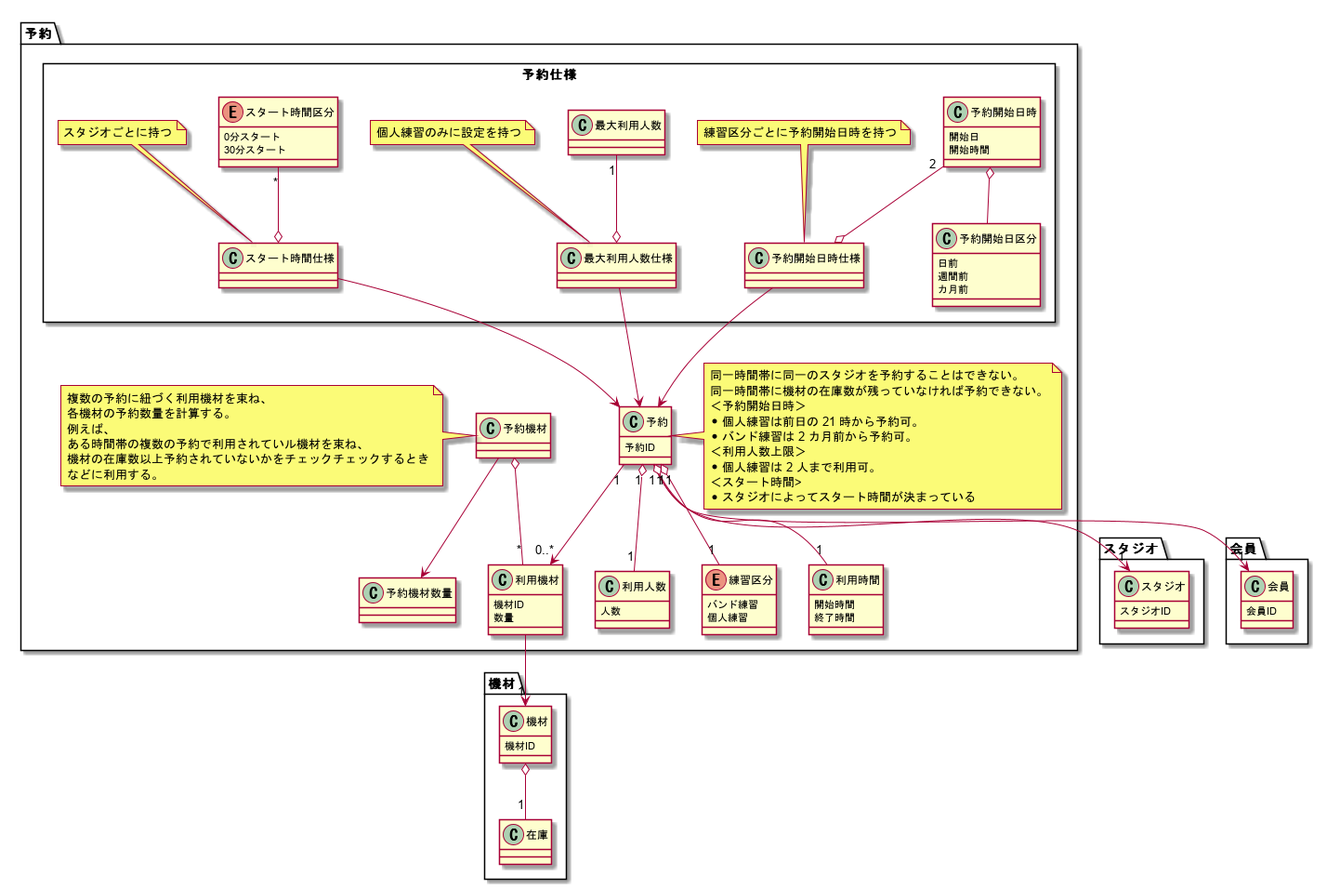
The PlantUML diagram modeling/07_DomainModel_予約/DomainModel.png in TakashiOnawa/ddd-practice-studio-reservation, before a commit.
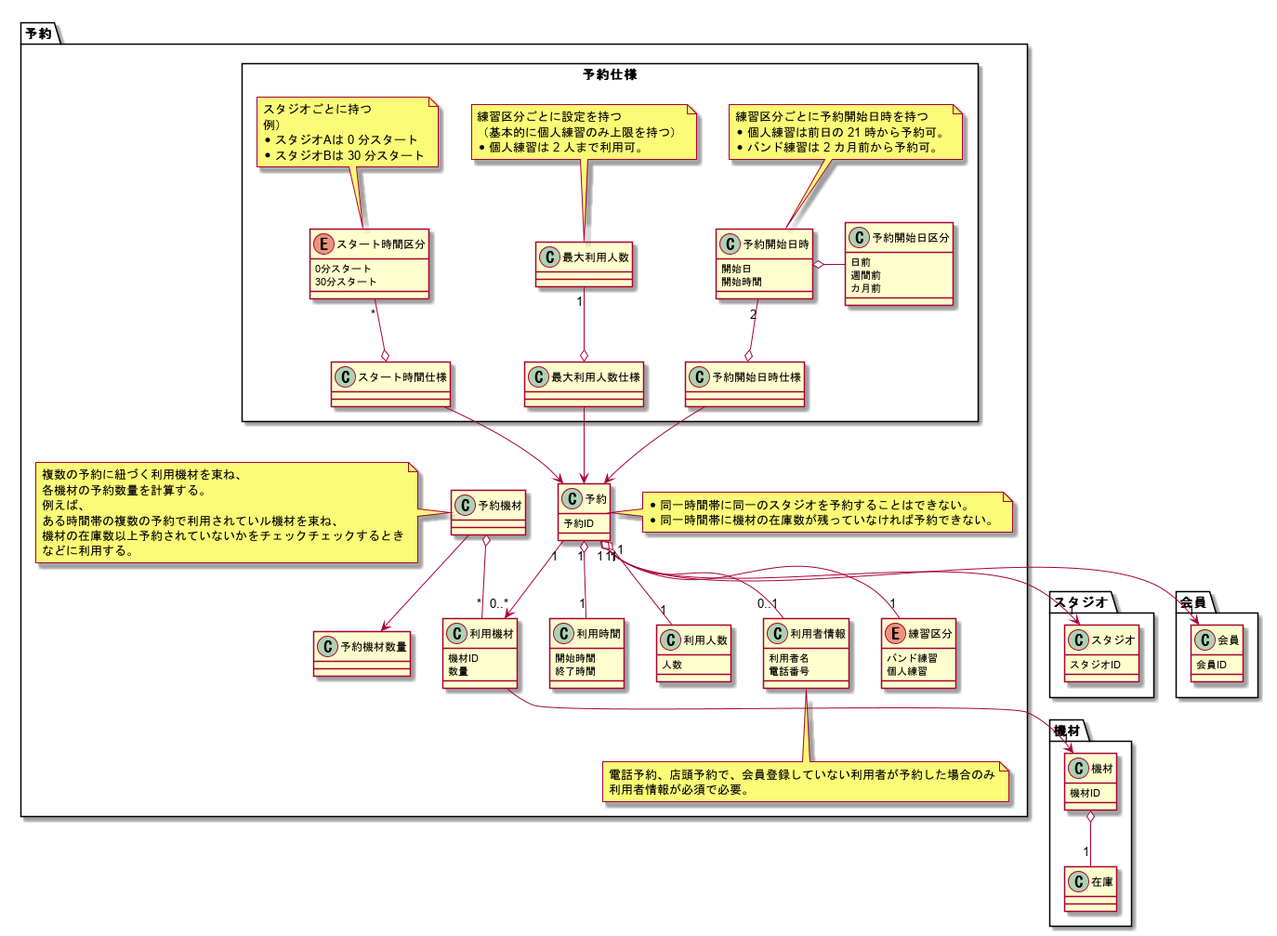
After the commit.

The edit, as a diff of the source:
```diff
@@ -47,24 +47,28 @@
         人数
     }
 
+    class 利用者情報 {
+        利用者名
+        電話番号
+    }
+
     予約 "1" --> "1" スタジオ
     予約 "1" --> "1" 会員
     予約 "1" o-- "1" 練習区分
     予約 "1" o-- "1" 利用時間
     予約 "1" o-- "1" 利用人数
+    予約 "1" o-- "0..1" 利用者情報
     予約 "1" --> "0..*" 利用機材
     利用機材 --> "1" 機材
 
     note right of 予約
-    同一時間帯に同一のスタジオを予約することはできない。
-    同一時間帯に機材の在庫数が残っていなければ予約できない。
-    ＜予約開始日時＞
-    * 個人練習は前日の 21 時から予約可。
-    * バンド練習は 2 カ月前から予約可。
-    ＜利用人数上限＞
-    * 個人練習は 2 人まで利用可。
-    ＜スタート時間>
-    * スタジオによってスタート時間が決まっている
+    * 同一時間帯に同一のスタジオを予約することはできない。
+    * 同一時間帯に機材の在庫数が残っていなければ予約できない。
+    end note
+
+    note bottom of 利用者情報
+    電話予約、店頭予約で、会員登録していない利用者が予約した場合のみ
+    利用者情報が必須で必要。
     end note
 
     class 予約機材 {
@@ -104,10 +108,12 @@
 
         予約開始日時仕様 --> 予約
         予約開始日時 "2" --o 予約開始日時仕様
-        予約開始日時 o-- 予約開始日区分
+        予約開始日時 o- 予約開始日区分
 
-        note top of 予約開始日時仕様
+        note top of 予約開始日時
         練習区分ごとに予約開始日時を持つ
+        * 個人練習は前日の 21 時から予約可。
+        * バンド練習は 2 カ月前から予約可。
         end note
 
 
@@ -120,8 +126,10 @@
         最大利用人数仕様 --> 予約
         最大利用人数 "1" --o 最大利用人数仕様
 
-        note top of 最大利用人数仕様
-        個人練習のみに設定を持つ
+        note top of 最大利用人数
+        練習区分ごとに設定を持つ
+        （基本的に個人練習のみ上限を持つ）
+        * 個人練習は 2 人まで利用可。
         end note
 
 
@@ -136,8 +144,11 @@
         スタート時間仕様 --> 予約
         スタート時間区分 "*" --o スタート時間仕様
 
-        note top of スタート時間仕様
+        note top of スタート時間区分
         スタジオごとに持つ
+        例）
+        * スタジオAは 0 分スタート
+        * スタジオBは 30 分スタート
         end note
     }
 }
```
